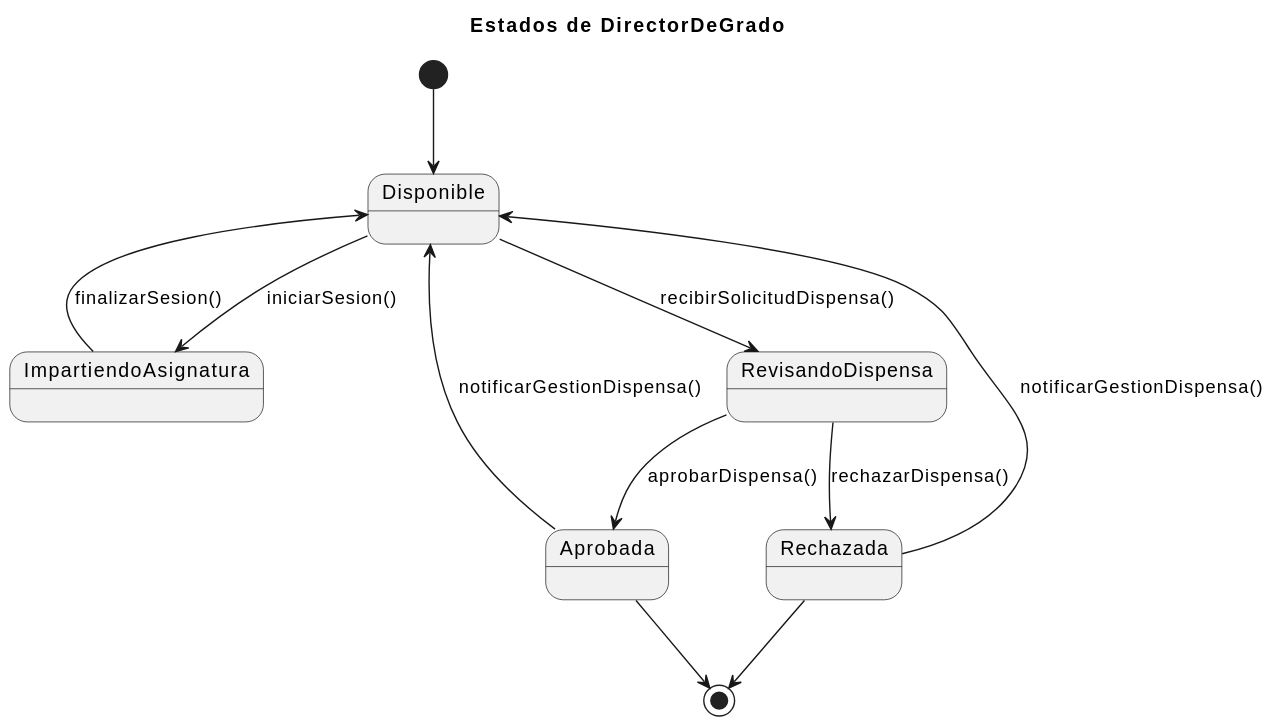
Earlier version of the PlantUML export documents/ModeloDelDominio/DiagramasDeEstado/DirectorGrado/DirectorDeGrado.svg (enmabry/25-26-IdSw1-SdR). The source it was exported from:
```plantuml
@startuml
title Estados de DirectorDeGrado

[*] --> Disponible

Disponible --> ImpartiendoAsignatura : iniciarSesion()
ImpartiendoAsignatura --> Disponible : finalizarSesion()

Disponible --> RevisandoDispensa : recibirSolicitudDispensa()
RevisandoDispensa --> Aprobada : aprobarDispensa()
RevisandoDispensa --> Rechazada : rechazarDispensa()

Aprobada --> Disponible : notificarGestionDispensa()
Rechazada --> Disponible : notificarGestionDispensa()

Rechazada --> [*]
Aprobada --> [*]
@enduml
```
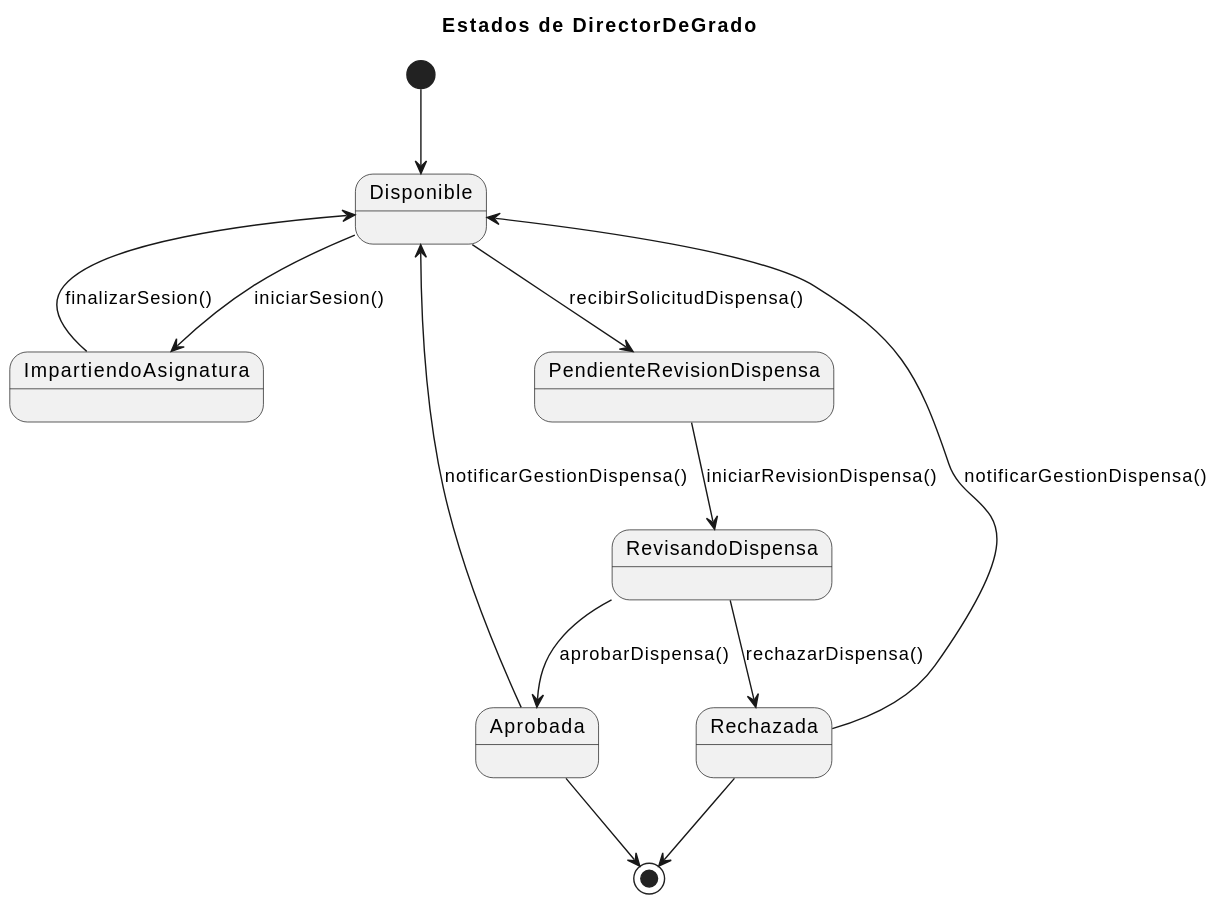
Above is the later version.

Change to the diagram source:
```diff
@@ -6,13 +6,16 @@
 Disponible --> ImpartiendoAsignatura : iniciarSesion()
 ImpartiendoAsignatura --> Disponible : finalizarSesion()
 
-Disponible --> RevisandoDispensa : recibirSolicitudDispensa()
+Disponible --> PendienteRevisionDispensa : recibirSolicitudDispensa()
+
+PendienteRevisionDispensa --> RevisandoDispensa : iniciarRevisionDispensa()
+
 RevisandoDispensa --> Aprobada : aprobarDispensa()
 RevisandoDispensa --> Rechazada : rechazarDispensa()
 
 Aprobada --> Disponible : notificarGestionDispensa()
 Rechazada --> Disponible : notificarGestionDispensa()
 
+Aprobada --> [*]
 Rechazada --> [*]
-Aprobada --> [*]
 @enduml
```
